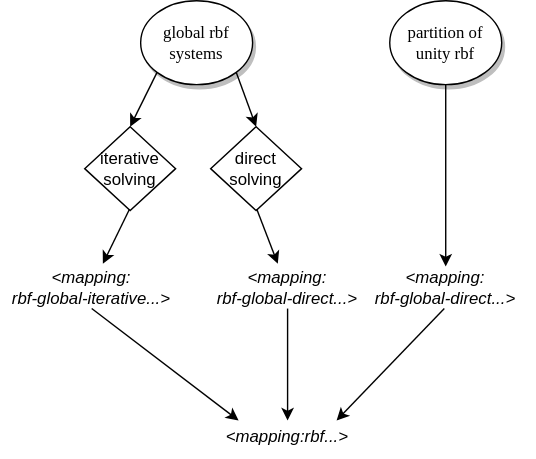
Above: images/docs/configuration/doc-mapping-rbf-alias.svg in precice/precice.github.io (draw.io), before the change. Source tidied: cells renumbered, new cells last; positions are measured from the earlier drawing's top-left corner, leaving out a move shared by most shapes.
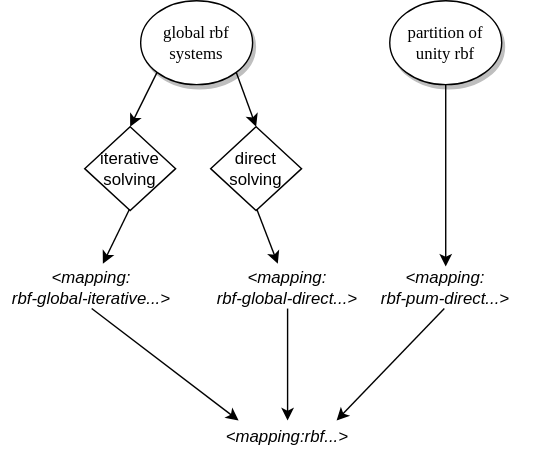
Later version of the same file.

Commit message:
Update kernel method section

What changed in the source:
```diff
@@ -41,7 +41,7 @@
     <mxCell id="12" style="endArrow=classic;html=1;rounded=0;exitX=0.5;exitY=1;exitDx=0;exitDy=0;entryX=0.5;entryY=0;entryDx=0;entryDy=0;" parent="1" edge="1" source="3" target="13">
       <mxGeometry relative="1" as="geometry" />
     </mxCell>
-    <mxCell id="13" value="&lt;i&gt;&amp;lt;mapping:&lt;br&gt;rbf-global-direct...&amp;gt;&lt;/i&gt;" style="text;html=1;strokeColor=none;fillColor=none;align=center;verticalAlign=middle;whiteSpace=wrap;rounded=0;" parent="1" vertex="1">
+    <mxCell id="13" value="&lt;i&gt;&amp;lt;mapping:&lt;br&gt;rbf-pum-direct...&amp;gt;&lt;/i&gt;" style="text;html=1;strokeColor=none;fillColor=none;align=center;verticalAlign=middle;whiteSpace=wrap;rounded=0;" parent="1" vertex="1">
       <mxGeometry x="253" y="190" width="130" height="30" as="geometry" />
     </mxCell>
     <mxCell id="14" style="endArrow=classic;html=1;rounded=0;exitX=0.5;exitY=1;exitDx=0;exitDy=0;" parent="1" edge="1" source="10">
```
